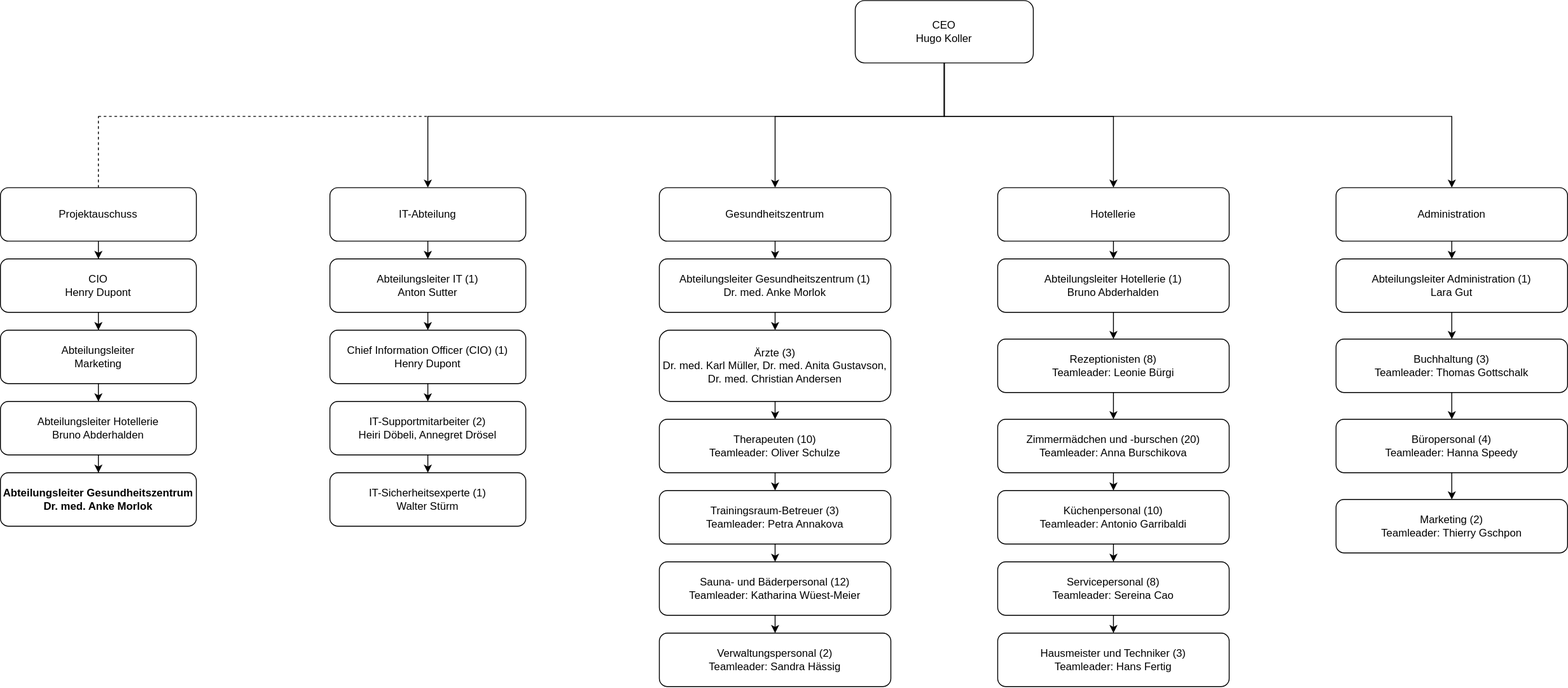
Above: docs/organigramm.drawio.svg in LikeDoni/HofWissbad (draw.io), before the change. Source tidied: cells renumbered, new cells last; positions are measured from the earlier drawing's top-left corner, leaving out a move shared by most shapes.
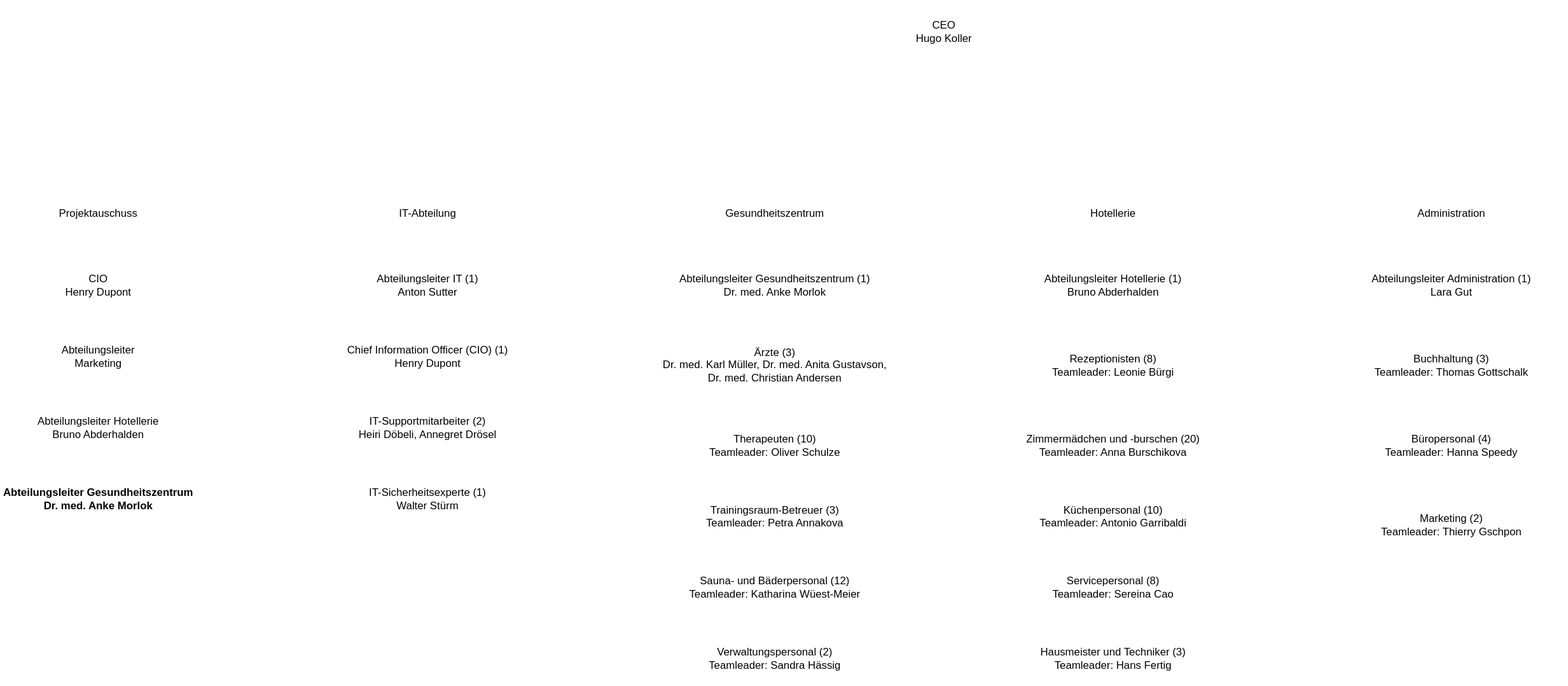
Later version of the same file.

Change to the diagram source:
```diff
@@ -2,7 +2,7 @@
   <root>
     <mxCell id="0" />
     <mxCell id="1" parent="0" />
-    <mxCell id="2" style="edgeStyle=orthogonalEdgeStyle;rounded=0;jettySize=auto;html=1;entryX=0.5;entryY=0;entryDx=0;entryDy=0;" parent="1" edge="1" source="6" target="7">
+    <mxCell id="2" style="edgeStyle=orthogonalEdgeStyle;rounded=0;jettySize=auto;html=1;entryX=0.5;entryY=0;entryDx=0;entryDy=0;strokeColor=#FFFFFF;" parent="1" edge="1" source="6" target="7">
       <mxGeometry relative="1" as="geometry">
         <Array as="points">
           <mxPoint x="1060" y="130" />
@@ -10,7 +10,7 @@
         </Array>
       </mxGeometry>
     </mxCell>
-    <mxCell id="3" style="edgeStyle=orthogonalEdgeStyle;rounded=0;jettySize=auto;html=1;entryX=0.5;entryY=0;entryDx=0;entryDy=0;" parent="1" edge="1" source="6" target="8">
+    <mxCell id="3" style="edgeStyle=orthogonalEdgeStyle;rounded=0;jettySize=auto;html=1;entryX=0.5;entryY=0;entryDx=0;entryDy=0;strokeColor=#FFFFFF;" parent="1" edge="1" source="6" target="8">
       <mxGeometry relative="1" as="geometry">
         <Array as="points">
           <mxPoint x="1060" y="130" />
@@ -18,7 +18,7 @@
         </Array>
       </mxGeometry>
     </mxCell>
-    <mxCell id="4" style="edgeStyle=orthogonalEdgeStyle;rounded=0;jettySize=auto;html=1;entryX=0.5;entryY=0;entryDx=0;entryDy=0;" parent="1" edge="1" source="6" target="9">
+    <mxCell id="4" style="edgeStyle=orthogonalEdgeStyle;rounded=0;jettySize=auto;html=1;entryX=0.5;entryY=0;entryDx=0;entryDy=0;strokeColor=#FFFFFF;" parent="1" edge="1" source="6" target="9">
       <mxGeometry relative="1" as="geometry">
         <Array as="points">
           <mxPoint x="1060" y="130" />
@@ -26,7 +26,7 @@
         </Array>
       </mxGeometry>
     </mxCell>
-    <mxCell id="5" style="edgeStyle=orthogonalEdgeStyle;rounded=0;jettySize=auto;html=1;entryX=0.5;entryY=0;entryDx=0;entryDy=0;" parent="1" edge="1" source="6" target="10">
+    <mxCell id="5" style="edgeStyle=orthogonalEdgeStyle;rounded=0;jettySize=auto;html=1;entryX=0.5;entryY=0;entryDx=0;entryDy=0;strokeColor=#FFFFFF;" parent="1" edge="1" source="6" target="10">
       <mxGeometry relative="1" as="geometry">
         <Array as="points">
           <mxPoint x="1060" y="130" />
@@ -34,174 +34,174 @@
         </Array>
       </mxGeometry>
     </mxCell>
-    <mxCell id="6" value="CEO&#10;Hugo Koller" style="rounded=1;whiteSpace=wrap;html=1;align=center;" parent="1" vertex="1">
+    <mxCell id="6" value="CEO&#10;Hugo Koller" style="rounded=1;whiteSpace=wrap;html=1;align=center;strokeColor=#FFFFFF;" parent="1" vertex="1">
       <mxGeometry x="960" width="200" height="70" as="geometry" />
     </mxCell>
-    <mxCell id="7" value="IT-Abteilung" style="rounded=1;whiteSpace=wrap;html=1;align=center;" parent="1" vertex="1">
+    <mxCell id="7" value="IT-Abteilung" style="rounded=1;whiteSpace=wrap;html=1;align=center;strokeColor=#FFFFFF;" parent="1" vertex="1">
       <mxGeometry x="370" y="210" width="220" height="60" as="geometry" />
     </mxCell>
-    <mxCell id="8" value="Gesundheitszentrum" style="rounded=1;whiteSpace=wrap;html=1;align=center;" parent="1" vertex="1">
+    <mxCell id="8" value="Gesundheitszentrum" style="rounded=1;whiteSpace=wrap;html=1;align=center;strokeColor=#FFFFFF;" parent="1" vertex="1">
       <mxGeometry x="740" y="210" width="260" height="60" as="geometry" />
     </mxCell>
-    <mxCell id="9" value="Hotellerie" style="rounded=1;whiteSpace=wrap;html=1;align=center;" parent="1" vertex="1">
+    <mxCell id="9" value="Hotellerie" style="rounded=1;whiteSpace=wrap;html=1;align=center;strokeColor=#FFFFFF;" parent="1" vertex="1">
       <mxGeometry x="1120" y="210" width="260" height="60" as="geometry" />
     </mxCell>
-    <mxCell id="10" value="Administration" style="rounded=1;whiteSpace=wrap;html=1;align=center;" parent="1" vertex="1">
+    <mxCell id="10" value="Administration" style="rounded=1;whiteSpace=wrap;html=1;align=center;strokeColor=#FFFFFF;" parent="1" vertex="1">
       <mxGeometry x="1500" y="210" width="260" height="60" as="geometry" />
     </mxCell>
-    <mxCell id="11" value="Abteilungsleiter IT (1)&#10;Anton Sutter" style="rounded=1;whiteSpace=wrap;html=1;" parent="1" vertex="1">
+    <mxCell id="11" value="Abteilungsleiter IT (1)&#10;Anton Sutter" style="rounded=1;whiteSpace=wrap;html=1;strokeColor=#FFFFFF;" parent="1" vertex="1">
       <mxGeometry x="370" y="290" width="220" height="60" as="geometry" />
     </mxCell>
-    <mxCell id="12" value="Chief Information Officer (CIO) (1)&#10;Henry Dupont" style="rounded=1;whiteSpace=wrap;html=1;" parent="1" vertex="1">
+    <mxCell id="12" value="Chief Information Officer (CIO) (1)&#10;Henry Dupont" style="rounded=1;whiteSpace=wrap;html=1;strokeColor=#FFFFFF;" parent="1" vertex="1">
       <mxGeometry x="370" y="370" width="220" height="60" as="geometry" />
     </mxCell>
-    <mxCell id="13" value="IT-Supportmitarbeiter (2)&#10;Heiri Döbeli, Annegret Drösel" style="rounded=1;whiteSpace=wrap;html=1;" parent="1" vertex="1">
+    <mxCell id="13" value="IT-Supportmitarbeiter (2)&#10;Heiri Döbeli, Annegret Drösel" style="rounded=1;whiteSpace=wrap;html=1;strokeColor=#FFFFFF;" parent="1" vertex="1">
       <mxGeometry x="370" y="450" width="220" height="60" as="geometry" />
     </mxCell>
-    <mxCell id="14" value="IT-Sicherheitsexperte (1)&#10;Walter Stürm" style="rounded=1;whiteSpace=wrap;html=1;" parent="1" vertex="1">
+    <mxCell id="14" value="IT-Sicherheitsexperte (1)&#10;Walter Stürm" style="rounded=1;whiteSpace=wrap;html=1;strokeColor=#FFFFFF;" parent="1" vertex="1">
       <mxGeometry x="370" y="530" width="220" height="60" as="geometry" />
     </mxCell>
-    <mxCell id="15" parent="1" edge="1" source="7" target="11">
+    <mxCell id="15" style="strokeColor=#FFFFFF;" parent="1" edge="1" source="7" target="11">
       <mxGeometry relative="1" as="geometry" />
     </mxCell>
-    <mxCell id="16" parent="1" edge="1" source="11" target="12">
+    <mxCell id="16" style="strokeColor=#FFFFFF;" parent="1" edge="1" source="11" target="12">
       <mxGeometry relative="1" as="geometry" />
     </mxCell>
-    <mxCell id="17" parent="1" edge="1" source="12" target="13">
+    <mxCell id="17" style="strokeColor=#FFFFFF;" parent="1" edge="1" source="12" target="13">
       <mxGeometry relative="1" as="geometry" />
     </mxCell>
-    <mxCell id="18" parent="1" edge="1" source="13" target="14">
+    <mxCell id="18" style="strokeColor=#FFFFFF;" parent="1" edge="1" source="13" target="14">
       <mxGeometry relative="1" as="geometry" />
     </mxCell>
-    <mxCell id="19" value="Abteilungsleiter Gesundheitszentrum (1)&#10;Dr. med. Anke Morlok" style="rounded=1;whiteSpace=wrap;html=1;" parent="1" vertex="1">
+    <mxCell id="19" value="Abteilungsleiter Gesundheitszentrum (1)&#10;Dr. med. Anke Morlok" style="rounded=1;whiteSpace=wrap;html=1;strokeColor=#FFFFFF;" parent="1" vertex="1">
       <mxGeometry x="740" y="290" width="260" height="60" as="geometry" />
     </mxCell>
-    <mxCell id="20" value="Ärzte (3)&#10;Dr. med. Karl Müller, Dr. med. Anita Gustavson, Dr. med. Christian Andersen" style="rounded=1;whiteSpace=wrap;html=1;" parent="1" vertex="1">
+    <mxCell id="20" value="Ärzte (3)&#10;Dr. med. Karl Müller, Dr. med. Anita Gustavson, Dr. med. Christian Andersen" style="rounded=1;whiteSpace=wrap;html=1;strokeColor=#FFFFFF;" parent="1" vertex="1">
       <mxGeometry x="740" y="370" width="260" height="80" as="geometry" />
     </mxCell>
-    <mxCell id="21" value="Therapeuten (10)&#10;Teamleader: Oliver Schulze" style="rounded=1;whiteSpace=wrap;html=1;" parent="1" vertex="1">
+    <mxCell id="21" value="Therapeuten (10)&#10;Teamleader: Oliver Schulze" style="rounded=1;whiteSpace=wrap;html=1;strokeColor=#FFFFFF;" parent="1" vertex="1">
       <mxGeometry x="740" y="470" width="260" height="60" as="geometry" />
     </mxCell>
-    <mxCell id="22" value="Trainingsraum-Betreuer (3)&#10;Teamleader: Petra Annakova" style="rounded=1;whiteSpace=wrap;html=1;" parent="1" vertex="1">
+    <mxCell id="22" value="Trainingsraum-Betreuer (3)&#10;Teamleader: Petra Annakova" style="rounded=1;whiteSpace=wrap;html=1;strokeColor=#FFFFFF;" parent="1" vertex="1">
       <mxGeometry x="740" y="550" width="260" height="60" as="geometry" />
     </mxCell>
-    <mxCell id="23" value="Sauna- und Bäderpersonal (12)&#10;Teamleader: Katharina Wüest-Meier" style="rounded=1;whiteSpace=wrap;html=1;" parent="1" vertex="1">
+    <mxCell id="23" value="Sauna- und Bäderpersonal (12)&#10;Teamleader: Katharina Wüest-Meier" style="rounded=1;whiteSpace=wrap;html=1;strokeColor=#FFFFFF;" parent="1" vertex="1">
       <mxGeometry x="740" y="630" width="260" height="60" as="geometry" />
     </mxCell>
-    <mxCell id="24" value="Verwaltungspersonal (2)&#10;Teamleader: Sandra Hässig" style="rounded=1;whiteSpace=wrap;html=1;" parent="1" vertex="1">
+    <mxCell id="24" value="Verwaltungspersonal (2)&#10;Teamleader: Sandra Hässig" style="rounded=1;whiteSpace=wrap;html=1;strokeColor=#FFFFFF;" parent="1" vertex="1">
       <mxGeometry x="740" y="710" width="260" height="60" as="geometry" />
     </mxCell>
-    <mxCell id="25" parent="1" edge="1" source="8" target="19">
+    <mxCell id="25" style="strokeColor=#FFFFFF;" parent="1" edge="1" source="8" target="19">
       <mxGeometry relative="1" as="geometry" />
     </mxCell>
-    <mxCell id="26" parent="1" edge="1" source="19" target="20">
+    <mxCell id="26" style="strokeColor=#FFFFFF;" parent="1" edge="1" source="19" target="20">
       <mxGeometry relative="1" as="geometry" />
     </mxCell>
-    <mxCell id="27" parent="1" edge="1" source="20" target="21">
+    <mxCell id="27" style="strokeColor=#FFFFFF;" parent="1" edge="1" source="20" target="21">
       <mxGeometry relative="1" as="geometry" />
     </mxCell>
-    <mxCell id="28" parent="1" edge="1" source="21" target="22">
+    <mxCell id="28" style="strokeColor=#FFFFFF;" parent="1" edge="1" source="21" target="22">
       <mxGeometry relative="1" as="geometry" />
     </mxCell>
-    <mxCell id="29" parent="1" edge="1" source="22" target="23">
+    <mxCell id="29" style="strokeColor=#FFFFFF;" parent="1" edge="1" source="22" target="23">
       <mxGeometry relative="1" as="geometry" />
     </mxCell>
-    <mxCell id="30" parent="1" edge="1" source="23" target="24">
+    <mxCell id="30" style="strokeColor=#FFFFFF;" parent="1" edge="1" source="23" target="24">
       <mxGeometry relative="1" as="geometry" />
     </mxCell>
-    <mxCell id="31" value="Abteilungsleiter Hotellerie (1)&#10;Bruno Abderhalden" style="rounded=1;whiteSpace=wrap;html=1;" parent="1" vertex="1">
+    <mxCell id="31" value="Abteilungsleiter Hotellerie (1)&#10;Bruno Abderhalden" style="rounded=1;whiteSpace=wrap;html=1;strokeColor=#FFFFFF;" parent="1" vertex="1">
       <mxGeometry x="1120" y="290" width="260" height="60" as="geometry" />
     </mxCell>
-    <mxCell id="32" value="Rezeptionisten (8)&#10;Teamleader: Leonie Bürgi" style="rounded=1;whiteSpace=wrap;html=1;" parent="1" vertex="1">
+    <mxCell id="32" value="Rezeptionisten (8)&#10;Teamleader: Leonie Bürgi" style="rounded=1;whiteSpace=wrap;html=1;strokeColor=#FFFFFF;" parent="1" vertex="1">
       <mxGeometry x="1120" y="380" width="260" height="60" as="geometry" />
     </mxCell>
-    <mxCell id="33" value="Zimmermädchen und -burschen (20)&#10;Teamleader: Anna Burschikova" style="rounded=1;whiteSpace=wrap;html=1;" parent="1" vertex="1">
+    <mxCell id="33" value="Zimmermädchen und -burschen (20)&#10;Teamleader: Anna Burschikova" style="rounded=1;whiteSpace=wrap;html=1;strokeColor=#FFFFFF;" parent="1" vertex="1">
       <mxGeometry x="1120" y="470" width="260" height="60" as="geometry" />
     </mxCell>
-    <mxCell id="34" value="Küchenpersonal (10)&#10;Teamleader: Antonio Garribaldi" style="rounded=1;whiteSpace=wrap;html=1;" parent="1" vertex="1">
+    <mxCell id="34" value="Küchenpersonal (10)&#10;Teamleader: Antonio Garribaldi" style="rounded=1;whiteSpace=wrap;html=1;strokeColor=#FFFFFF;" parent="1" vertex="1">
       <mxGeometry x="1120" y="550" width="260" height="60" as="geometry" />
     </mxCell>
-    <mxCell id="35" value="Servicepersonal (8)&#10;Teamleader: Sereina Cao" style="rounded=1;whiteSpace=wrap;html=1;" parent="1" vertex="1">
+    <mxCell id="35" value="Servicepersonal (8)&#10;Teamleader: Sereina Cao" style="rounded=1;whiteSpace=wrap;html=1;strokeColor=#FFFFFF;" parent="1" vertex="1">
       <mxGeometry x="1120" y="630" width="260" height="60" as="geometry" />
     </mxCell>
-    <mxCell id="36" value="Hausmeister und Techniker (3)&#10;Teamleader: Hans Fertig" style="rounded=1;whiteSpace=wrap;html=1;" parent="1" vertex="1">
+    <mxCell id="36" value="Hausmeister und Techniker (3)&#10;Teamleader: Hans Fertig" style="rounded=1;whiteSpace=wrap;html=1;strokeColor=#FFFFFF;" parent="1" vertex="1">
       <mxGeometry x="1120" y="710" width="260" height="60" as="geometry" />
     </mxCell>
-    <mxCell id="37" parent="1" edge="1" source="9" target="31">
+    <mxCell id="37" style="strokeColor=#FFFFFF;" parent="1" edge="1" source="9" target="31">
       <mxGeometry relative="1" as="geometry" />
     </mxCell>
-    <mxCell id="38" parent="1" edge="1" source="31" target="32">
+    <mxCell id="38" style="strokeColor=#FFFFFF;" parent="1" edge="1" source="31" target="32">
       <mxGeometry relative="1" as="geometry" />
     </mxCell>
-    <mxCell id="39" parent="1" edge="1" source="32" target="33">
+    <mxCell id="39" style="strokeColor=#FFFFFF;" parent="1" edge="1" source="32" target="33">
       <mxGeometry relative="1" as="geometry" />
     </mxCell>
-    <mxCell id="40" parent="1" edge="1" source="33" target="34">
+    <mxCell id="40" style="strokeColor=#FFFFFF;" parent="1" edge="1" source="33" target="34">
       <mxGeometry relative="1" as="geometry" />
     </mxCell>
-    <mxCell id="41" parent="1" edge="1" source="34" target="35">
+    <mxCell id="41" style="strokeColor=#FFFFFF;" parent="1" edge="1" source="34" target="35">
       <mxGeometry relative="1" as="geometry" />
     </mxCell>
-    <mxCell id="42" parent="1" edge="1" source="35" target="36">
+    <mxCell id="42" style="strokeColor=#FFFFFF;" parent="1" edge="1" source="35" target="36">
       <mxGeometry relative="1" as="geometry" />
     </mxCell>
-    <mxCell id="43" value="Abteilungsleiter Administration (1)&#10;Lara Gut" style="rounded=1;whiteSpace=wrap;html=1;" parent="1" vertex="1">
+    <mxCell id="43" value="Abteilungsleiter Administration (1)&#10;Lara Gut" style="rounded=1;whiteSpace=wrap;html=1;strokeColor=#FFFFFF;" parent="1" vertex="1">
       <mxGeometry x="1500" y="290" width="260" height="60" as="geometry" />
     </mxCell>
-    <mxCell id="44" value="Buchhaltung (3)&#10;Teamleader: Thomas Gottschalk" style="rounded=1;whiteSpace=wrap;html=1;" parent="1" vertex="1">
+    <mxCell id="44" value="Buchhaltung (3)&#10;Teamleader: Thomas Gottschalk" style="rounded=1;whiteSpace=wrap;html=1;strokeColor=#FFFFFF;" parent="1" vertex="1">
       <mxGeometry x="1500" y="380" width="260" height="60" as="geometry" />
     </mxCell>
-    <mxCell id="45" value="Büropersonal (4)&#10;Teamleader: Hanna Speedy" style="rounded=1;whiteSpace=wrap;html=1;" parent="1" vertex="1">
+    <mxCell id="45" value="Büropersonal (4)&#10;Teamleader: Hanna Speedy" style="rounded=1;whiteSpace=wrap;html=1;strokeColor=#FFFFFF;" parent="1" vertex="1">
       <mxGeometry x="1500" y="470" width="260" height="60" as="geometry" />
     </mxCell>
-    <mxCell id="46" value="Marketing (2)&#10;Teamleader: Thierry Gschpon" style="rounded=1;whiteSpace=wrap;html=1;" parent="1" vertex="1">
+    <mxCell id="46" value="Marketing (2)&#10;Teamleader: Thierry Gschpon" style="rounded=1;whiteSpace=wrap;html=1;strokeColor=#FFFFFF;" parent="1" vertex="1">
       <mxGeometry x="1500" y="560" width="260" height="60" as="geometry" />
     </mxCell>
-    <mxCell id="47" parent="1" edge="1" source="10" target="43">
+    <mxCell id="47" style="strokeColor=#FFFFFF;" parent="1" edge="1" source="10" target="43">
       <mxGeometry relative="1" as="geometry" />
     </mxCell>
-    <mxCell id="48" parent="1" edge="1" source="43" target="44">
+    <mxCell id="48" style="strokeColor=#FFFFFF;" parent="1" edge="1" source="43" target="44">
       <mxGeometry relative="1" as="geometry" />
     </mxCell>
-    <mxCell id="49" parent="1" edge="1" source="44" target="45">
+    <mxCell id="49" style="strokeColor=#FFFFFF;" parent="1" edge="1" source="44" target="45">
       <mxGeometry relative="1" as="geometry" />
     </mxCell>
-    <mxCell id="50" parent="1" edge="1" source="45" target="46">
+    <mxCell id="50" style="strokeColor=#FFFFFF;" parent="1" edge="1" source="45" target="46">
       <mxGeometry relative="1" as="geometry" />
     </mxCell>
-    <mxCell id="51" style="edgeStyle=orthogonalEdgeStyle;rounded=0;jettySize=auto;html=1;entryX=0.5;entryY=0;entryDx=0;entryDy=0;" parent="1" edge="1" source="52" target="56">
+    <mxCell id="51" style="edgeStyle=orthogonalEdgeStyle;rounded=0;jettySize=auto;html=1;entryX=0.5;entryY=0;entryDx=0;entryDy=0;strokeColor=#FFFFFF;" parent="1" edge="1" source="52" target="56">
       <mxGeometry relative="1" as="geometry" />
     </mxCell>
-    <mxCell id="52" value="Projektauschuss" style="rounded=1;whiteSpace=wrap;html=1;" parent="1" vertex="1">
+    <mxCell id="52" value="Projektauschuss" style="rounded=1;whiteSpace=wrap;html=1;strokeColor=#FFFFFF;" parent="1" vertex="1">
       <mxGeometry y="210" width="220" height="60" as="geometry" />
     </mxCell>
-    <mxCell id="53" style="edgeStyle=orthogonalEdgeStyle;rounded=0;jettySize=auto;html=1;entryX=0.5;entryY=0;entryDx=0;entryDy=0;" parent="1" edge="1" source="54" target="58">
+    <mxCell id="53" style="edgeStyle=orthogonalEdgeStyle;rounded=0;jettySize=auto;html=1;entryX=0.5;entryY=0;entryDx=0;entryDy=0;strokeColor=#FFFFFF;" parent="1" edge="1" source="54" target="58">
       <mxGeometry relative="1" as="geometry" />
     </mxCell>
-    <mxCell id="54" value="Abteilungsleiter&lt;div&gt;Marketing&lt;/div&gt;" style="rounded=1;whiteSpace=wrap;html=1;" parent="1" vertex="1">
+    <mxCell id="54" value="Abteilungsleiter&lt;div&gt;Marketing&lt;/div&gt;" style="rounded=1;whiteSpace=wrap;html=1;strokeColor=#FFFFFF;" parent="1" vertex="1">
       <mxGeometry y="370" width="220" height="60" as="geometry" />
     </mxCell>
-    <mxCell id="55" style="edgeStyle=orthogonalEdgeStyle;rounded=0;jettySize=auto;html=1;" parent="1" edge="1" source="56" target="54">
+    <mxCell id="55" style="edgeStyle=orthogonalEdgeStyle;rounded=0;jettySize=auto;html=1;strokeColor=#FFFFFF;" parent="1" edge="1" source="56" target="54">
       <mxGeometry relative="1" as="geometry" />
     </mxCell>
-    <mxCell id="56" value="CIO&lt;div&gt;Henry Dupont&lt;/div&gt;" style="rounded=1;whiteSpace=wrap;html=1;" parent="1" vertex="1">
+    <mxCell id="56" value="CIO&lt;div&gt;Henry Dupont&lt;/div&gt;" style="rounded=1;whiteSpace=wrap;html=1;strokeColor=#FFFFFF;" parent="1" vertex="1">
       <mxGeometry y="290" width="220" height="60" as="geometry" />
     </mxCell>
-    <mxCell id="57" style="edgeStyle=orthogonalEdgeStyle;rounded=0;jettySize=auto;html=1;" parent="1" edge="1" source="58" target="59">
+    <mxCell id="57" style="edgeStyle=orthogonalEdgeStyle;rounded=0;jettySize=auto;html=1;strokeColor=#FFFFFF;" parent="1" edge="1" source="58" target="59">
       <mxGeometry relative="1" as="geometry" />
     </mxCell>
-    <mxCell id="58" value="Abteilungsleiter Hotellerie&lt;div&gt;Bruno Abderhalden&lt;/div&gt;" style="rounded=1;whiteSpace=wrap;html=1;" parent="1" vertex="1">
+    <mxCell id="58" value="Abteilungsleiter Hotellerie&lt;div&gt;Bruno Abderhalden&lt;/div&gt;" style="rounded=1;whiteSpace=wrap;html=1;strokeColor=#FFFFFF;" parent="1" vertex="1">
       <mxGeometry y="450" width="220" height="60" as="geometry" />
     </mxCell>
-    <mxCell id="59" value="&lt;b&gt;Abteilungsleiter Gesundheitszentrum&lt;/b&gt;&lt;div&gt;&lt;b&gt;Dr. med. Anke Morlok&lt;/b&gt;&lt;/div&gt;" style="rounded=1;whiteSpace=wrap;html=1;" parent="1" vertex="1">
+    <mxCell id="59" value="&lt;b&gt;Abteilungsleiter Gesundheitszentrum&lt;/b&gt;&lt;div&gt;&lt;b&gt;Dr. med. Anke Morlok&lt;/b&gt;&lt;/div&gt;" style="rounded=1;whiteSpace=wrap;html=1;strokeColor=#FFFFFF;" parent="1" vertex="1">
       <mxGeometry y="530" width="220" height="60" as="geometry" />
     </mxCell>
-    <mxCell id="60" style="endArrow=none;dashed=1;html=1;rounded=0;exitX=0.5;exitY=0;exitDx=0;exitDy=0;" parent="1" edge="1" source="52">
+    <mxCell id="60" style="endArrow=none;dashed=1;html=1;rounded=0;exitX=0.5;exitY=0;exitDx=0;exitDy=0;strokeColor=#FFFFFF;" parent="1" edge="1" source="52">
       <mxGeometry relative="1" as="geometry">
         <mxPoint x="110" y="130" as="targetPoint" />
       </mxGeometry>
     </mxCell>
-    <mxCell id="61" style="endArrow=none;dashed=1;html=1;rounded=0;" parent="1" edge="1">
+    <mxCell id="61" style="endArrow=none;dashed=1;html=1;rounded=0;strokeColor=#FFFFFF;" parent="1" edge="1">
       <mxGeometry relative="1" as="geometry">
         <mxPoint x="110" y="130" as="sourcePoint" />
         <mxPoint x="480" y="130" as="targetPoint" />
```
